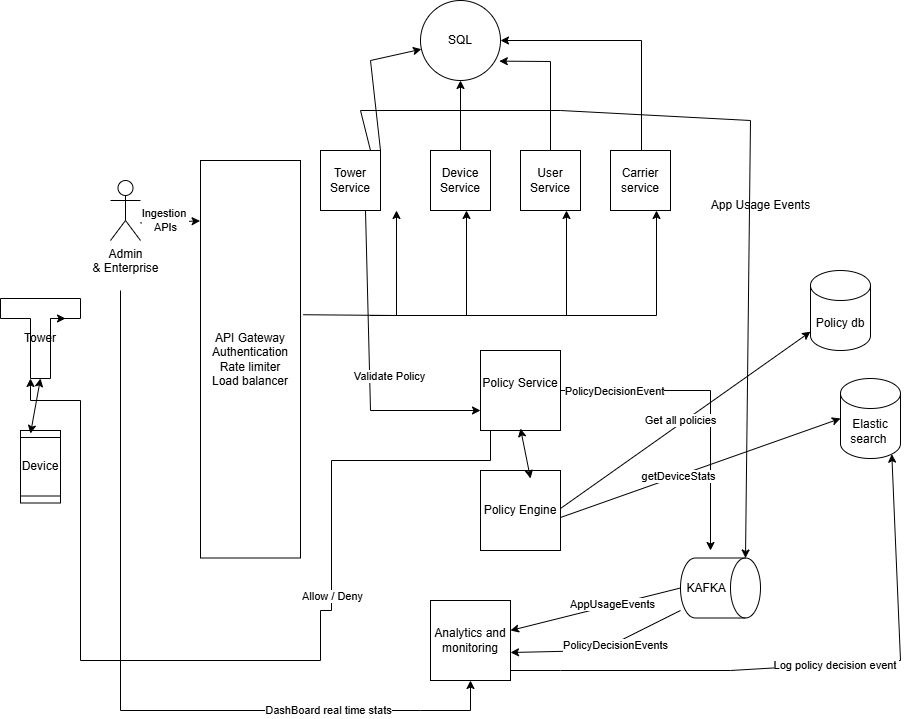
The draw.io diagram diagrams/telegrammissioncontroldesign.drawio.png in ashashankar/clover-telecom-mission-control, before a commit. Source tidied: cells renumbered, new cells last; positions are measured from the earlier drawing's top-left corner, leaving out a move shared by most shapes. The source it was exported from:
```xml
<mxGraphModel>
  <root>
    <mxCell id="0" />
    <mxCell id="1" parent="0" />
    <mxCell id="2" value="Device" style="shape=process;whiteSpace=wrap;html=1;backgroundOutline=1;direction=south;" parent="1" vertex="1">
      <mxGeometry x="20" y="430" width="40" height="72.5" as="geometry" />
    </mxCell>
    <mxCell id="3" value="API Gateway&lt;br&gt;Authentication&lt;div&gt;Rate limiter&lt;br&gt;Load balancer&lt;/div&gt;" style="rounded=0;whiteSpace=wrap;html=1;direction=south;" parent="1" vertex="1">
      <mxGeometry x="200" y="160" width="100" height="397.5" as="geometry" />
    </mxCell>
    <mxCell id="4" value="Tower Service" style="whiteSpace=wrap;html=1;" parent="1" vertex="1">
      <mxGeometry x="320" y="150" width="60" height="60" as="geometry" />
    </mxCell>
    <mxCell id="5" value="User Service" style="whiteSpace=wrap;html=1;" parent="1" vertex="1">
      <mxGeometry x="520" y="150" width="60" height="60" as="geometry" />
    </mxCell>
    <mxCell id="6" style="edgeStyle=orthogonalEdgeStyle;rounded=0;jettySize=auto;html=1;" parent="1" edge="1" source="7" target="21">
      <mxGeometry relative="1" as="geometry" />
    </mxCell>
    <mxCell id="7" value="Device Service" style="whiteSpace=wrap;html=1;" parent="1" vertex="1">
      <mxGeometry x="430" y="150" width="60" height="60" as="geometry" />
    </mxCell>
    <mxCell id="8" value="Admin&lt;div&gt;&amp;amp; Enterprise&lt;/div&gt;&lt;div&gt;&lt;br&gt;&lt;/div&gt;" style="shape=umlActor;verticalLabelPosition=bottom;verticalAlign=top;html=1;" parent="1" vertex="1">
      <mxGeometry x="110" y="180" width="30" height="60" as="geometry" />
    </mxCell>
    <mxCell id="9" style="edgeStyle=orthogonalEdgeStyle;rounded=0;jettySize=auto;html=1;entryX=0;entryY=0;entryDx=30;entryDy=80;entryPerimeter=0;" parent="1" edge="1" target="19">
      <mxGeometry relative="1" as="geometry">
        <mxPoint x="490" y="430" as="sourcePoint" />
        <Array as="points">
          <mxPoint x="490" y="460" />
          <mxPoint x="331" y="460" />
          <mxPoint x="331" y="610" />
          <mxPoint x="320" y="610" />
          <mxPoint x="320" y="660" />
          <mxPoint x="80" y="660" />
          <mxPoint x="80" y="400" />
          <mxPoint x="30" y="400" />
        </Array>
      </mxGeometry>
    </mxCell>
    <mxCell id="10" value="Allow / Deny" style="edgeLabel;html=1;align=center;verticalAlign=middle;" parent="9" vertex="1">
      <mxGeometry x="-0.33" relative="1" as="geometry" />
    </mxCell>
    <mxCell id="11" value="Policy Service&lt;div&gt;&lt;br&gt;&lt;/div&gt;" style="whiteSpace=wrap;html=1;" parent="1" vertex="1">
      <mxGeometry x="480" y="350" width="80" height="80" as="geometry" />
    </mxCell>
    <mxCell id="12" value="Carrier service" style="whiteSpace=wrap;html=1;" parent="1" vertex="1">
      <mxGeometry x="610" y="150" width="60" height="60" as="geometry" />
    </mxCell>
    <mxCell id="13" style="endArrow=classic;html=1;rounded=0;entryX=0.152;entryY=1.004;entryDx=0;entryDy=0;entryPerimeter=0;" parent="1" edge="1" target="3">
      <mxGeometry relative="1" as="geometry">
        <mxPoint x="140" y="222.5" as="sourcePoint" />
      </mxGeometry>
    </mxCell>
    <mxCell id="14" value="Ingestion&amp;nbsp;&lt;br&gt;APIs" style="edgeLabel;html=1;align=center;verticalAlign=middle;" parent="13" vertex="1">
      <mxGeometry x="-0.16" y="2" relative="1" as="geometry" />
    </mxCell>
    <mxCell id="15" style="endArrow=classic;html=1;rounded=0;entryX=0.5;entryY=1;entryDx=0;entryDy=0;exitX=0.388;exitY=-0.028;exitDx=0;exitDy=0;exitPerimeter=0;" parent="1" edge="1" source="3">
      <mxGeometry relative="1" as="geometry">
        <mxPoint x="396" y="210" as="targetPoint" />
        <Array as="points">
          <mxPoint x="396" y="315" />
        </Array>
      </mxGeometry>
    </mxCell>
    <mxCell id="16" style="endArrow=classic;html=1;rounded=0;entryX=0.5;entryY=1;entryDx=0;entryDy=0;" parent="1" edge="1">
      <mxGeometry relative="1" as="geometry">
        <mxPoint x="440" y="315" as="sourcePoint" />
        <mxPoint x="566" y="210" as="targetPoint" />
        <Array as="points">
          <mxPoint x="566" y="315" />
        </Array>
      </mxGeometry>
    </mxCell>
    <mxCell id="17" style="endArrow=classic;html=1;rounded=0;entryX=0.5;entryY=1;entryDx=0;entryDy=0;" parent="1" edge="1">
      <mxGeometry relative="1" as="geometry">
        <mxPoint x="370" y="315" as="sourcePoint" />
        <mxPoint x="466" y="210" as="targetPoint" />
        <Array as="points">
          <mxPoint x="466" y="315" />
        </Array>
      </mxGeometry>
    </mxCell>
    <mxCell id="18" style="endArrow=classic;html=1;rounded=0;entryX=0.5;entryY=1;entryDx=0;entryDy=0;" parent="1" edge="1">
      <mxGeometry relative="1" as="geometry">
        <mxPoint x="560" y="315" as="sourcePoint" />
        <mxPoint x="656" y="210" as="targetPoint" />
        <Array as="points">
          <mxPoint x="656" y="315" />
        </Array>
      </mxGeometry>
    </mxCell>
    <mxCell id="19" value="Tower" style="shape=tee;whiteSpace=wrap;html=1;" parent="1" vertex="1">
      <mxGeometry y="298" width="80" height="80" as="geometry" />
    </mxCell>
    <mxCell id="20" style="edgeStyle=orthogonalEdgeStyle;rounded=0;orthogonalLoop=1;jettySize=auto;html=1;exitX=0;exitY=0;exitDx=50;exitDy=20;exitPerimeter=0;entryX=0;entryY=0;entryDx=65;entryDy=20;entryPerimeter=0;" parent="1" edge="1" source="19" target="19">
      <mxGeometry relative="1" as="geometry" />
    </mxCell>
    <mxCell id="21" value="SQL" style="ellipse;whiteSpace=wrap;html=1;" parent="1" vertex="1">
      <mxGeometry x="420" width="80" height="80" as="geometry" />
    </mxCell>
    <mxCell id="22" value="&lt;div&gt;Policy Engine&lt;/div&gt;" style="whiteSpace=wrap;html=1;" parent="1" vertex="1">
      <mxGeometry x="480" y="470" width="80" height="80" as="geometry" />
    </mxCell>
    <mxCell id="23" value="&lt;div&gt;Analytics and monitoring&lt;/div&gt;" style="whiteSpace=wrap;html=1;" parent="1" vertex="1">
      <mxGeometry x="430" y="600" width="80" height="80" as="geometry" />
    </mxCell>
    <mxCell id="24" value="KAFKA&amp;nbsp;" style="shape=cylinder3;whiteSpace=wrap;html=1;boundedLbl=1;backgroundOutline=1;size=15;direction=south;" parent="1" vertex="1">
      <mxGeometry x="680" y="557.5" width="80" height="60" as="geometry" />
    </mxCell>
    <mxCell id="25" style="endArrow=classic;html=1;rounded=0;entryX=0;entryY=0;entryDx=0;entryDy=15;entryPerimeter=0;" parent="1" edge="1" target="24">
      <mxGeometry relative="1" as="geometry">
        <mxPoint x="370" y="150" as="sourcePoint" />
        <Array as="points">
          <mxPoint x="360" y="110" />
          <mxPoint x="560" y="110" />
          <mxPoint x="750" y="120" />
        </Array>
      </mxGeometry>
    </mxCell>
    <mxCell id="26" value="App Usage Events" style="text;html=1;align=center;verticalAlign=middle;strokeColor=none;fillColor=none;" parent="1" vertex="1">
      <mxGeometry x="700" y="190" width="120" height="30" as="geometry" />
    </mxCell>
    <mxCell id="27" style="endArrow=classic;html=1;rounded=0;exitX=0.5;exitY=1;exitDx=0;exitDy=0;exitPerimeter=0;" parent="1" edge="1" source="24" target="23">
      <mxGeometry relative="1" as="geometry" />
    </mxCell>
    <mxCell id="28" value="AppUsageEvents" style="edgeLabel;html=1;align=center;verticalAlign=middle;" parent="27" vertex="1">
      <mxGeometry x="-0.2" y="-1" relative="1" as="geometry" />
    </mxCell>
    <mxCell id="29" style="endArrow=classic;html=1;rounded=0;exitX=1;exitY=0.5;exitDx=0;exitDy=0;" parent="1" edge="1" source="11">
      <mxGeometry relative="1" as="geometry">
        <mxPoint x="710" y="550" as="targetPoint" />
        <Array as="points">
          <mxPoint x="640" y="390" />
          <mxPoint x="710" y="390" />
        </Array>
      </mxGeometry>
    </mxCell>
    <mxCell id="30" value="PolicyDecisionEvent" style="edgeLabel;html=1;align=center;verticalAlign=middle;" parent="29" vertex="1">
      <mxGeometry x="-0.66" relative="1" as="geometry" />
    </mxCell>
    <mxCell id="31" value="Elastic search&amp;nbsp;" style="shape=cylinder3;whiteSpace=wrap;html=1;boundedLbl=1;backgroundOutline=1;size=15;" parent="1" vertex="1">
      <mxGeometry x="840" y="378" width="60" height="80" as="geometry" />
    </mxCell>
    <mxCell id="32" style="endArrow=classic;html=1;rounded=0;entryX=0;entryY=0.75;entryDx=0;entryDy=0;exitX=0.75;exitY=1;exitDx=0;exitDy=0;" parent="1" edge="1" source="4" target="11">
      <mxGeometry relative="1" as="geometry">
        <Array as="points">
          <mxPoint x="370" y="410" />
        </Array>
      </mxGeometry>
    </mxCell>
    <mxCell id="33" value="Validate Policy" style="edgeLabel;html=1;align=center;verticalAlign=middle;" parent="32" vertex="1">
      <mxGeometry x="0.07" y="-4" relative="1" as="geometry">
        <mxPoint x="23" as="offset" />
      </mxGeometry>
    </mxCell>
    <mxCell id="34" style="endArrow=classic;startArrow=classic;html=1;rounded=0;entryX=0.5;entryY=0;entryDx=0;entryDy=0;" parent="1" edge="1">
      <mxGeometry relative="1" as="geometry">
        <mxPoint x="520" y="428" as="sourcePoint" />
        <mxPoint x="530" y="478" as="targetPoint" />
        <Array as="points">
          <mxPoint x="530" y="478" />
        </Array>
      </mxGeometry>
    </mxCell>
    <mxCell id="35" style="endArrow=classic;html=1;rounded=0;entryX=0.855;entryY=1;entryDx=0;entryDy=-4.35;entryPerimeter=0;exitX=1;exitY=1;exitDx=0;exitDy=0;exitPerimeter=0;" parent="1" edge="1" source="23" target="31">
      <mxGeometry relative="1" as="geometry">
        <Array as="points">
          <mxPoint x="510" y="670" />
          <mxPoint x="560" y="670" />
          <mxPoint x="730" y="670" />
          <mxPoint x="900" y="660" />
        </Array>
      </mxGeometry>
    </mxCell>
    <mxCell id="36" value="Log policy decision event&amp;nbsp;" style="edgeLabel;html=1;align=center;verticalAlign=middle;" parent="35" vertex="1">
      <mxGeometry x="0.11" y="-1" relative="1" as="geometry" />
    </mxCell>
    <mxCell id="37" style="endArrow=classic;html=1;rounded=0;" parent="1" edge="1" target="39">
      <mxGeometry relative="1" as="geometry">
        <mxPoint x="560" y="508" as="sourcePoint" />
      </mxGeometry>
    </mxCell>
    <mxCell id="38" value="Get all policies" style="edgeLabel;html=1;align=center;verticalAlign=middle;" parent="37" vertex="1">
      <mxGeometry x="-0.03" y="3" relative="1" as="geometry" />
    </mxCell>
    <mxCell id="39" value="Policy db" style="shape=cylinder3;whiteSpace=wrap;html=1;boundedLbl=1;backgroundOutline=1;size=15;" parent="1" vertex="1">
      <mxGeometry x="810" y="270" width="60" height="80" as="geometry" />
    </mxCell>
    <mxCell id="40" style="endArrow=classic;html=1;rounded=0;entryX=0;entryY=0.5;entryDx=0;entryDy=0;entryPerimeter=0;" parent="1" edge="1" target="31">
      <mxGeometry relative="1" as="geometry">
        <mxPoint x="560" y="517" as="sourcePoint" />
      </mxGeometry>
    </mxCell>
    <mxCell id="41" value="getDeviceStats" style="edgeLabel;html=1;align=center;verticalAlign=middle;" parent="40" vertex="1">
      <mxGeometry x="-0.16" relative="1" as="geometry" />
    </mxCell>
    <mxCell id="42" style="endArrow=classic;html=1;rounded=0;" parent="1" edge="1" target="21">
      <mxGeometry relative="1" as="geometry">
        <mxPoint x="380" y="150" as="sourcePoint" />
        <Array as="points">
          <mxPoint x="370" y="60" />
        </Array>
      </mxGeometry>
    </mxCell>
    <mxCell id="43" style="endArrow=classic;html=1;rounded=0;entryX=0.985;entryY=0.758;entryDx=0;entryDy=0;entryPerimeter=0;" parent="1" edge="1" target="21">
      <mxGeometry relative="1" as="geometry">
        <mxPoint x="550" y="150" as="sourcePoint" />
        <Array as="points">
          <mxPoint x="550" y="61" />
        </Array>
      </mxGeometry>
    </mxCell>
    <mxCell id="44" style="endArrow=classic;html=1;rounded=0;entryX=1;entryY=0.5;entryDx=0;entryDy=0;" parent="1" edge="1" target="21">
      <mxGeometry relative="1" as="geometry">
        <mxPoint x="641" y="150" as="sourcePoint" />
        <Array as="points">
          <mxPoint x="641" y="40" />
        </Array>
      </mxGeometry>
    </mxCell>
    <mxCell id="45" style="endArrow=classic;startArrow=classic;html=1;rounded=0;entryX=0.5;entryY=1;entryDx=0;entryDy=0;entryPerimeter=0;" parent="1" edge="1" target="19">
      <mxGeometry relative="1" as="geometry">
        <mxPoint x="30" y="433" as="sourcePoint" />
      </mxGeometry>
    </mxCell>
    <mxCell id="46" style="endArrow=classic;html=1;rounded=0;exitX=0.5;exitY=1;exitDx=0;exitDy=0;exitPerimeter=0;" parent="1" edge="1">
      <mxGeometry relative="1" as="geometry">
        <mxPoint x="680" y="610" as="sourcePoint" />
        <mxPoint x="510" y="652" as="targetPoint" />
        <Array as="points">
          <mxPoint x="600" y="650" />
        </Array>
      </mxGeometry>
    </mxCell>
    <mxCell id="47" value="PolicyDecisionEvents" style="edgeLabel;html=1;align=center;verticalAlign=middle;" parent="46" vertex="1">
      <mxGeometry x="-0.18" y="2" relative="1" as="geometry" />
    </mxCell>
    <mxCell id="48" style="endArrow=classic;html=1;rounded=0;entryX=0.5;entryY=1;entryDx=0;entryDy=0;" parent="1" edge="1" target="23">
      <mxGeometry relative="1" as="geometry">
        <mxPoint x="120" y="290" as="sourcePoint" />
        <Array as="points">
          <mxPoint x="120" y="710" />
          <mxPoint x="300" y="710" />
          <mxPoint x="420" y="710" />
          <mxPoint x="470" y="710" />
        </Array>
      </mxGeometry>
    </mxCell>
    <mxCell id="49" value="DashBoard real time stats" style="edgeLabel;html=1;align=center;verticalAlign=middle;" parent="48" vertex="1">
      <mxGeometry x="0.57" y="1" relative="1" as="geometry" />
    </mxCell>
  </root>
</mxGraphModel>
```
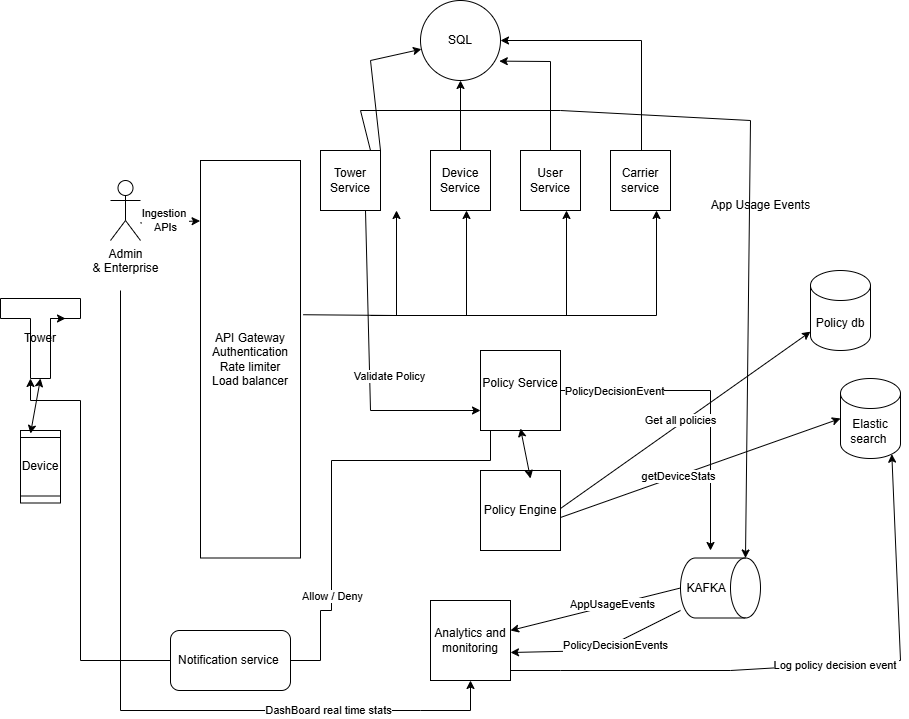
The same diagram one commit later.

Commit message:
more changes to system design

Diff of the diagram source:
```diff
@@ -250,5 +250,8 @@
     <mxCell id="49" value="DashBoard real time stats" style="edgeLabel;html=1;align=center;verticalAlign=middle;" parent="48" vertex="1">
       <mxGeometry x="0.57" y="1" relative="1" as="geometry" />
     </mxCell>
+    <mxCell id="50" value="Notification service&amp;nbsp;" style="rounded=1;whiteSpace=wrap;html=1;" parent="1" vertex="1">
+      <mxGeometry x="170" y="630" width="120" height="60" as="geometry" />
+    </mxCell>
   </root>
 </mxGraphModel>
```
